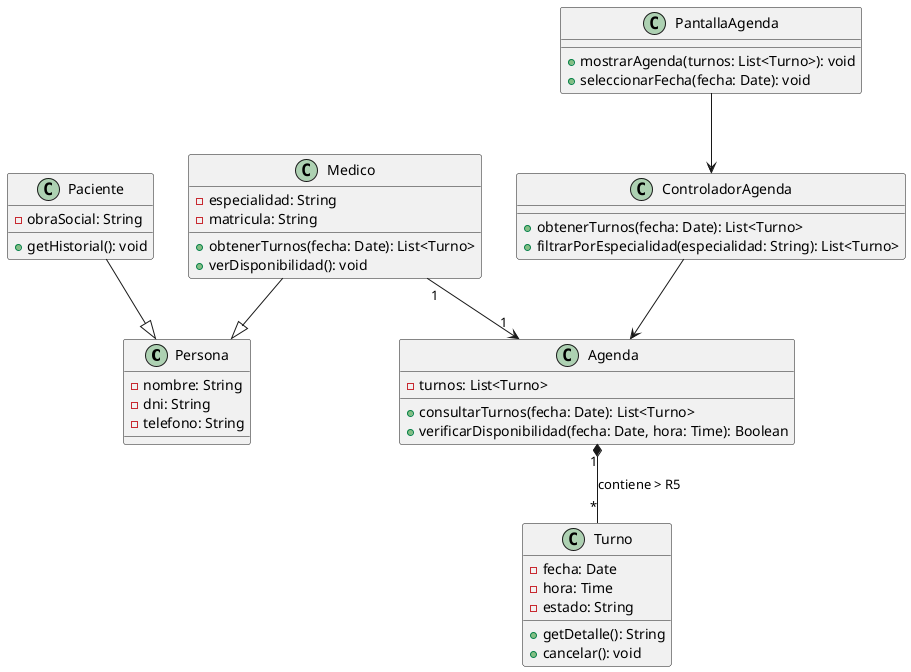
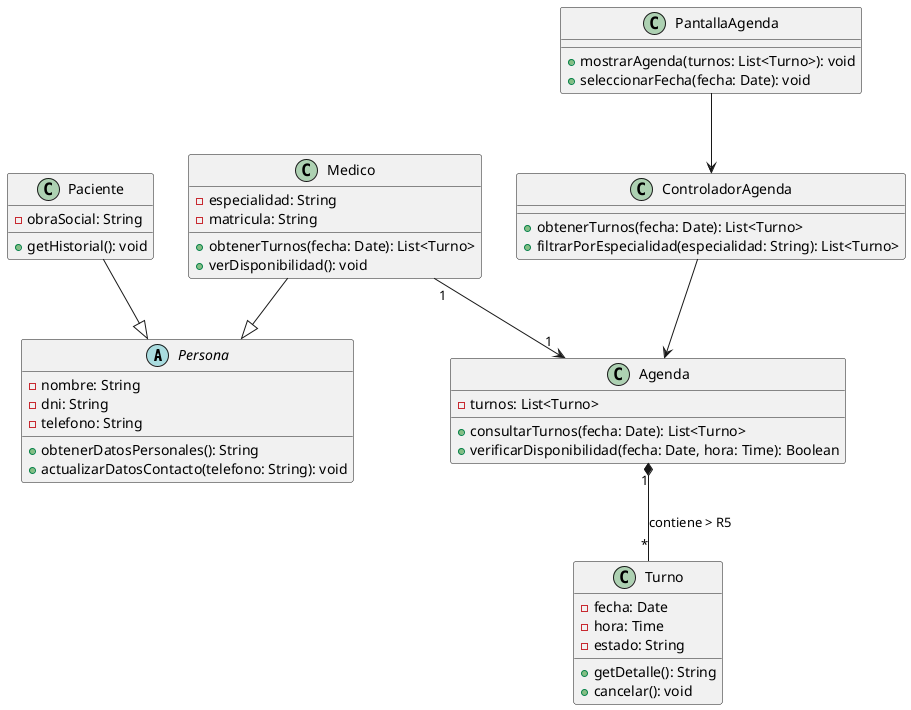
@startuml
- class Persona {
-   - nombre: String
-   - dni: String
-   - telefono: String
+ abstract class Persona {
+     - nombre: String
+     - dni: String
+     - telefono: String
+     + obtenerDatosPersonales(): String
+     + actualizarDatosContacto(telefono: String): void
}

class Medico {
  - especialidad: String
  - matricula: String
  + obtenerTurnos(fecha: Date): List<Turno>
  + verDisponibilidad(): void
}

class Paciente {
  - obraSocial: String
  + getHistorial(): void
}

class PantallaAgenda {
  + mostrarAgenda(turnos: List<Turno>): void
  + seleccionarFecha(fecha: Date): void
}

class ControladorAgenda {
  + obtenerTurnos(fecha: Date): List<Turno>
  + filtrarPorEspecialidad(especialidad: String): List<Turno>
}

class Agenda {
  - turnos: List<Turno>
  + consultarTurnos(fecha: Date): List<Turno>
  + verificarDisponibilidad(fecha: Date, hora: Time): Boolean
}

class Turno {
  - fecha: Date
  - hora: Time
  - estado: String
  + getDetalle(): String
  + cancelar(): void
}

Medico --|> Persona
Paciente --|> Persona
Medico "1" --> "1" Agenda
Agenda "1" *-- "*" Turno : contiene > R5
PantallaAgenda --> ControladorAgenda
ControladorAgenda --> Agenda
@enduml